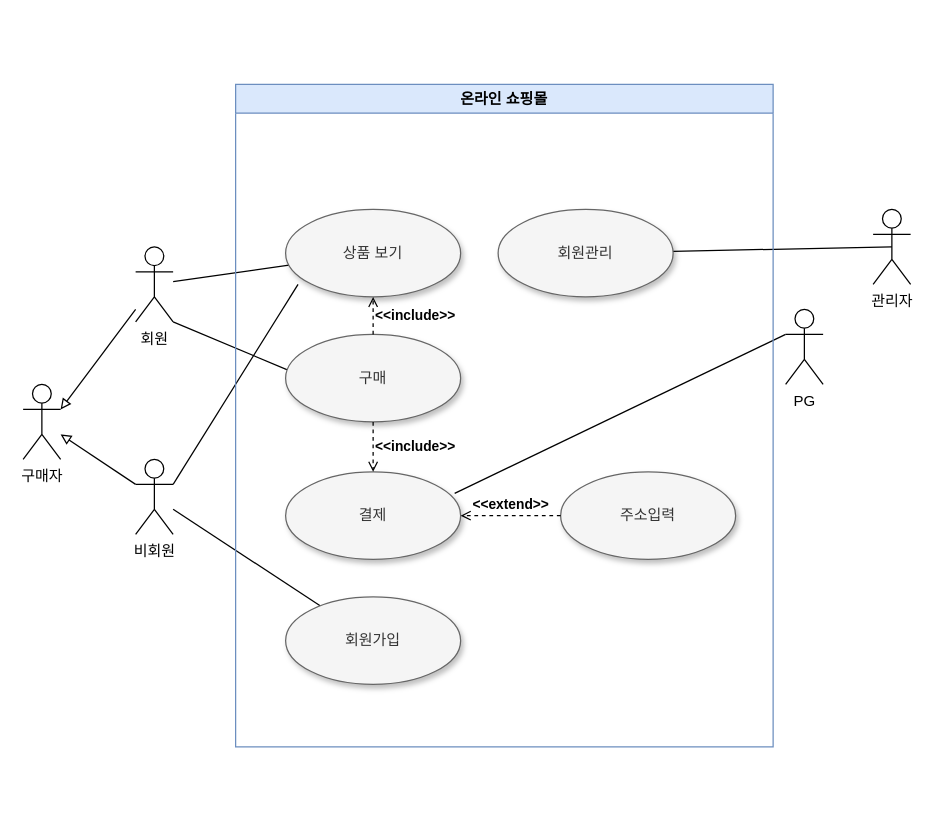
Above: UseCase.drawio in Clue03/Chatting_App (draw.io), before the change. Source tidied: cells renumbered, new cells numbered last; positions are measured from the earlier drawing's top-left corner, leaving out a move shared by most shapes. Both pictures are drawn from the tidied source at 125%, with x=0, y=0 at pixel (22, 84).
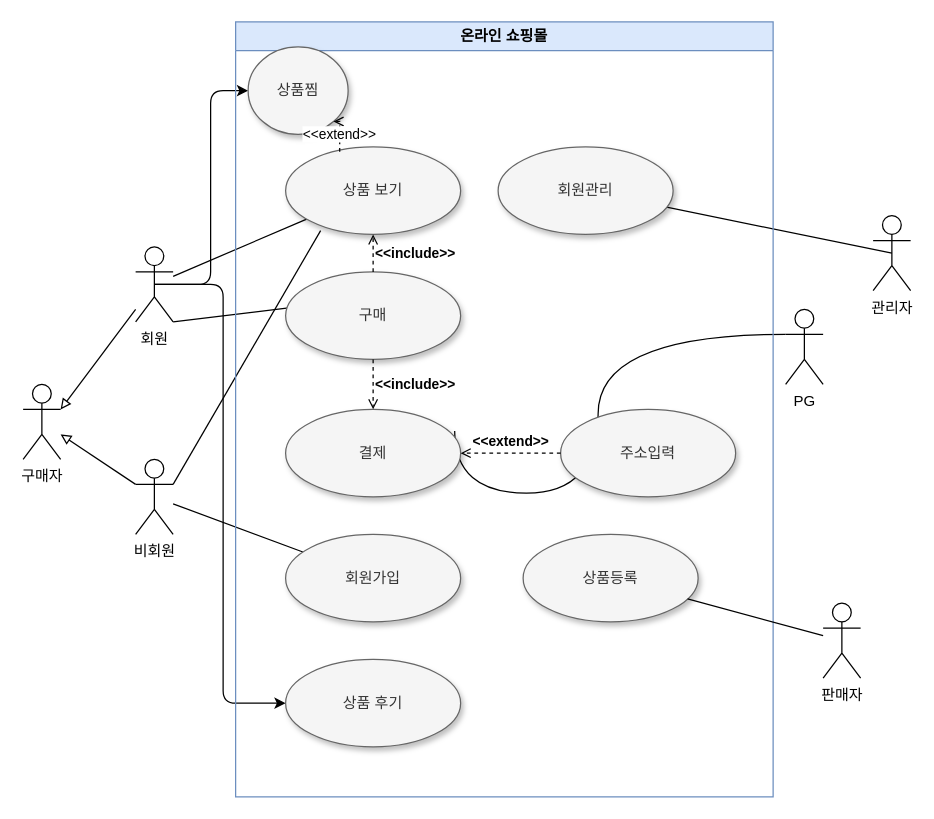
The same diagram, later.

The change refers to these unchanged cells:
```xml
<mxCell id="3" value="회원" style="shape=umlActor;verticalLabelPosition=bottom;verticalAlign=top;html=1;outlineConnect=0;" parent="1" vertex="1">
  <mxGeometry x="90" y="130" width="30" height="60" as="geometry" />
</mxCell>
<mxCell id="8" value="비회원" style="shape=umlActor;verticalLabelPosition=bottom;verticalAlign=top;html=1;outlineConnect=0;" parent="1" vertex="1">
  <mxGeometry x="90" y="300" width="30" height="60" as="geometry" />
</mxCell>
<mxCell id="11" value="PG" style="shape=umlActor;verticalLabelPosition=bottom;verticalAlign=top;html=1;outlineConnect=0;" parent="1" vertex="1">
  <mxGeometry x="610" y="180" width="30" height="60" as="geometry" />
</mxCell>
<mxCell id="19" value="상품 보기" style="ellipse;whiteSpace=wrap;html=1;fillColor=#f5f5f5;strokeColor=#666666;fontColor=#333333;shadow=1;" parent="15" vertex="1">
  <mxGeometry x="40" y="100" width="140" height="70" as="geometry" />
</mxCell>
<mxCell id="22" value="결제" style="ellipse;whiteSpace=wrap;html=1;fillColor=#f5f5f5;strokeColor=#666666;fontColor=#333333;shadow=1;" parent="15" vertex="1">
  <mxGeometry x="40" y="310" width="140" height="70" as="geometry" />
</mxCell>
```

Change to the diagram source:
```diff
@@
+    <mxCell id="25" style="edgeStyle=orthogonalEdgeStyle;rounded=1;jettySize=auto;html=1;exitX=0.5;exitY=0.5;exitDx=0;exitDy=0;exitPerimeter=0;entryX=0;entryY=0.5;entryDx=0;entryDy=0;curved=0;" parent="1" edge="1" source="3" target="28">
+      <mxGeometry relative="1" as="geometry">
+        <Array as="points">
+          <mxPoint x="160" y="160" />
+          <mxPoint x="160" y="495" />
+        </Array>
+      </mxGeometry>
+    </mxCell>
+    <mxCell id="26" style="edgeStyle=orthogonalEdgeStyle;rounded=1;jettySize=auto;html=1;exitX=0.5;exitY=0.5;exitDx=0;exitDy=0;exitPerimeter=0;entryX=0;entryY=0.5;entryDx=0;entryDy=0;curved=0;" parent="1" edge="1" source="3" target="29">
+      <mxGeometry relative="1" as="geometry" />
+    </mxCell>
@@
     <mxCell id="10" value="관리자" style="shape=umlActor;verticalLabelPosition=bottom;verticalAlign=top;html=1;outlineConnect=0;" parent="1" vertex="1">
-      <mxGeometry x="680" y="100" width="30" height="60" as="geometry" />
+      <mxGeometry x="680" y="105" width="30" height="60" as="geometry" />
     </mxCell>
@@
-    <mxCell id="12" style="rounded=0;jettySize=auto;html=1;exitX=1;exitY=0.3333333333333333;exitDx=0;exitDy=0;exitPerimeter=0;entryX=0.071;entryY=0.857;entryDx=0;entryDy=0;entryPerimeter=0;endArrow=none;endFill=0;" parent="1" edge="1" source="8" target="19">
+    <mxCell id="12" style="rounded=0;jettySize=auto;html=1;exitX=1;exitY=0.3333333333333333;exitDx=0;exitDy=0;exitPerimeter=0;entryX=0.2;entryY=0.957;entryDx=0;entryDy=0;entryPerimeter=0;endArrow=none;endFill=0;" parent="1" edge="1" source="8" target="19">
       <mxGeometry relative="1" as="geometry" />
     </mxCell>
-    <mxCell id="13" style="rounded=0;jettySize=auto;html=1;exitX=0;exitY=0.3333333333333333;exitDx=0;exitDy=0;exitPerimeter=0;entryX=0.966;entryY=0.246;entryDx=0;entryDy=0;entryPerimeter=0;endArrow=none;endFill=0;" parent="1" edge="1" source="11" target="22">
-      <mxGeometry relative="1" as="geometry" />
+    <mxCell id="13" style="rounded=0;jettySize=auto;html=1;exitX=0;exitY=0.3333333333333333;exitDx=0;exitDy=0;exitPerimeter=0;entryX=0.966;entryY=0.246;entryDx=0;entryDy=0;entryPerimeter=0;endArrow=none;endFill=0;edgeStyle=orthogonalEdgeStyle;elbow=vertical;curved=1;" parent="1" edge="1" source="11" target="22">
+      <mxGeometry relative="1" as="geometry">
+        <Array as="points">
+          <mxPoint x="460" y="200" />
+          <mxPoint x="460" y="327" />
+        </Array>
+      </mxGeometry>
     </mxCell>
@@
     <mxCell id="15" value="온라인 쇼핑몰" style="swimlane;whiteSpace=wrap;html=1;fillColor=#dae8fc;strokeColor=#6c8ebf;" parent="1" vertex="1">
-      <mxGeometry x="170" width="430" height="530" as="geometry" />
+      <mxGeometry x="170" y="-50" width="430" height="620" as="geometry" />
     </mxCell>
@@
+    <mxCell id="27" value="상품등록" style="ellipse;whiteSpace=wrap;html=1;fillColor=#f5f5f5;strokeColor=#666666;fontColor=#333333;shadow=1;" parent="15" vertex="1">
+      <mxGeometry x="230" y="410" width="140" height="70" as="geometry" />
+    </mxCell>
+    <mxCell id="28" value="상품 후기" style="ellipse;whiteSpace=wrap;html=1;fillColor=#f5f5f5;strokeColor=#666666;fontColor=#333333;shadow=1;" parent="15" vertex="1">
+      <mxGeometry x="40" y="510" width="140" height="70" as="geometry" />
+    </mxCell>
+    <mxCell id="29" value="상품찜" style="ellipse;whiteSpace=wrap;html=1;fillColor=#f5f5f5;strokeColor=#666666;fontColor=#333333;shadow=1;" parent="15" vertex="1">
+      <mxGeometry x="10" y="20" width="80" height="70" as="geometry" />
+    </mxCell>
+    <mxCell id="30" value="&amp;lt;&amp;lt;extend&amp;gt;&amp;gt;" style="edgeStyle=orthogonalEdgeStyle;rounded=0;jettySize=auto;html=1;exitX=1;exitY=1;exitDx=0;exitDy=0;entryX=0.309;entryY=0.077;entryDx=0;entryDy=0;entryPerimeter=0;startArrow=open;startFill=0;endArrow=none;endFill=0;dashed=1;" parent="15" edge="1" source="29" target="19">
+      <mxGeometry relative="1" as="geometry" />
+    </mxCell>
+    <mxCell id="31" style="rounded=0;jettySize=auto;html=1;endArrow=none;endFill=0;" parent="1" edge="1" source="32" target="27">
+      <mxGeometry relative="1" as="geometry" />
+    </mxCell>
+    <mxCell id="32" value="판매자" style="shape=umlActor;verticalLabelPosition=bottom;verticalAlign=top;html=1;outlineConnect=0;" parent="1" vertex="1">
+      <mxGeometry x="640" y="415" width="30" height="60" as="geometry" />
+    </mxCell>
```
